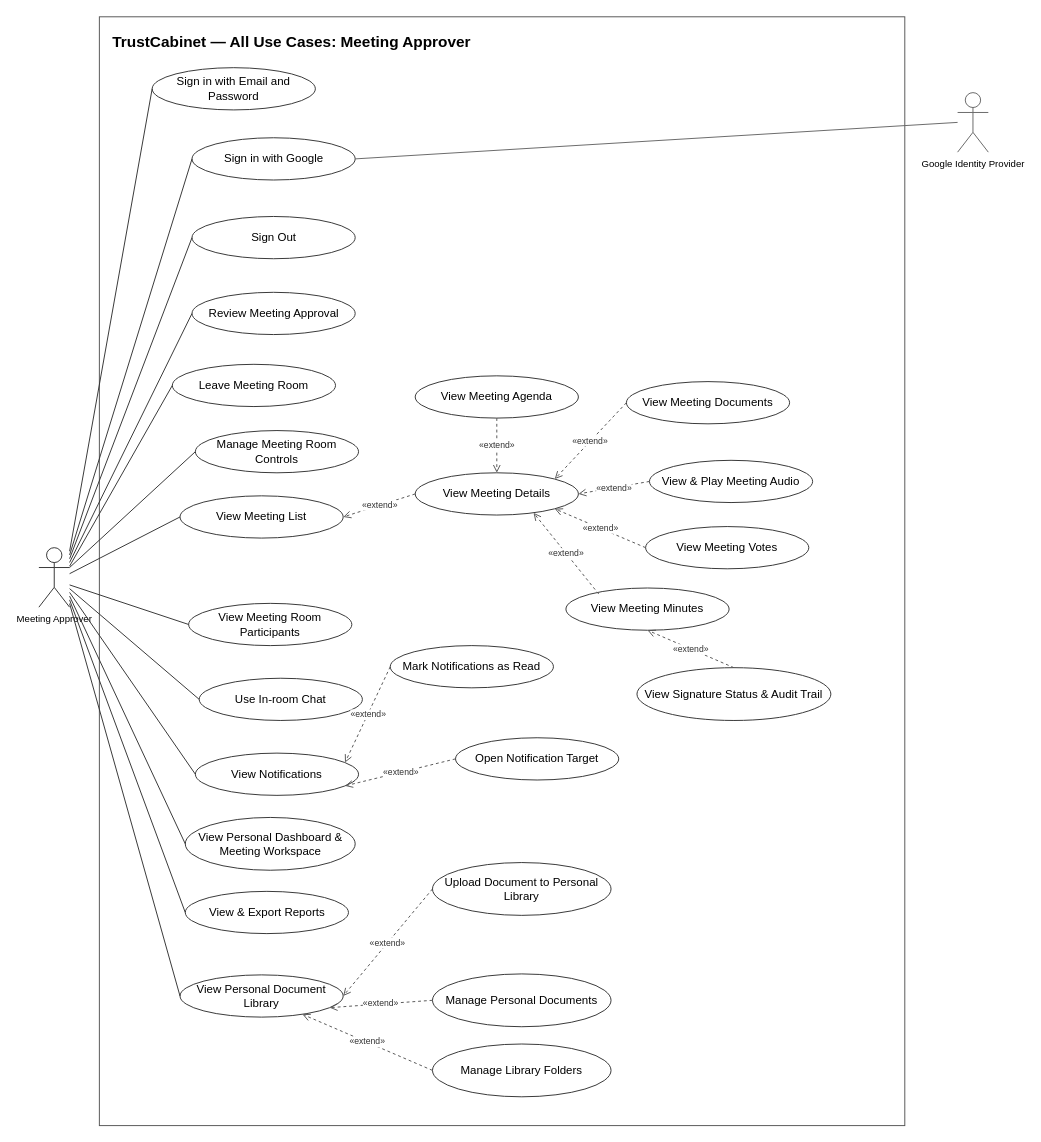
Earlier version of the draw.io diagram page "Meeting Approver" (3 of 7) of docs/14-uc-diagram/trustcabinet-use-cases.drawio (callmehai/FU-FA26-G116). Source tidied: cells renumbered, new cells numbered last; positions are measured from the earlier drawing's top-left corner, leaving out a move shared by most shapes. Both pictures are drawn from the tidied source at 96%, with x=0, y=0 at pixel (38, 16).
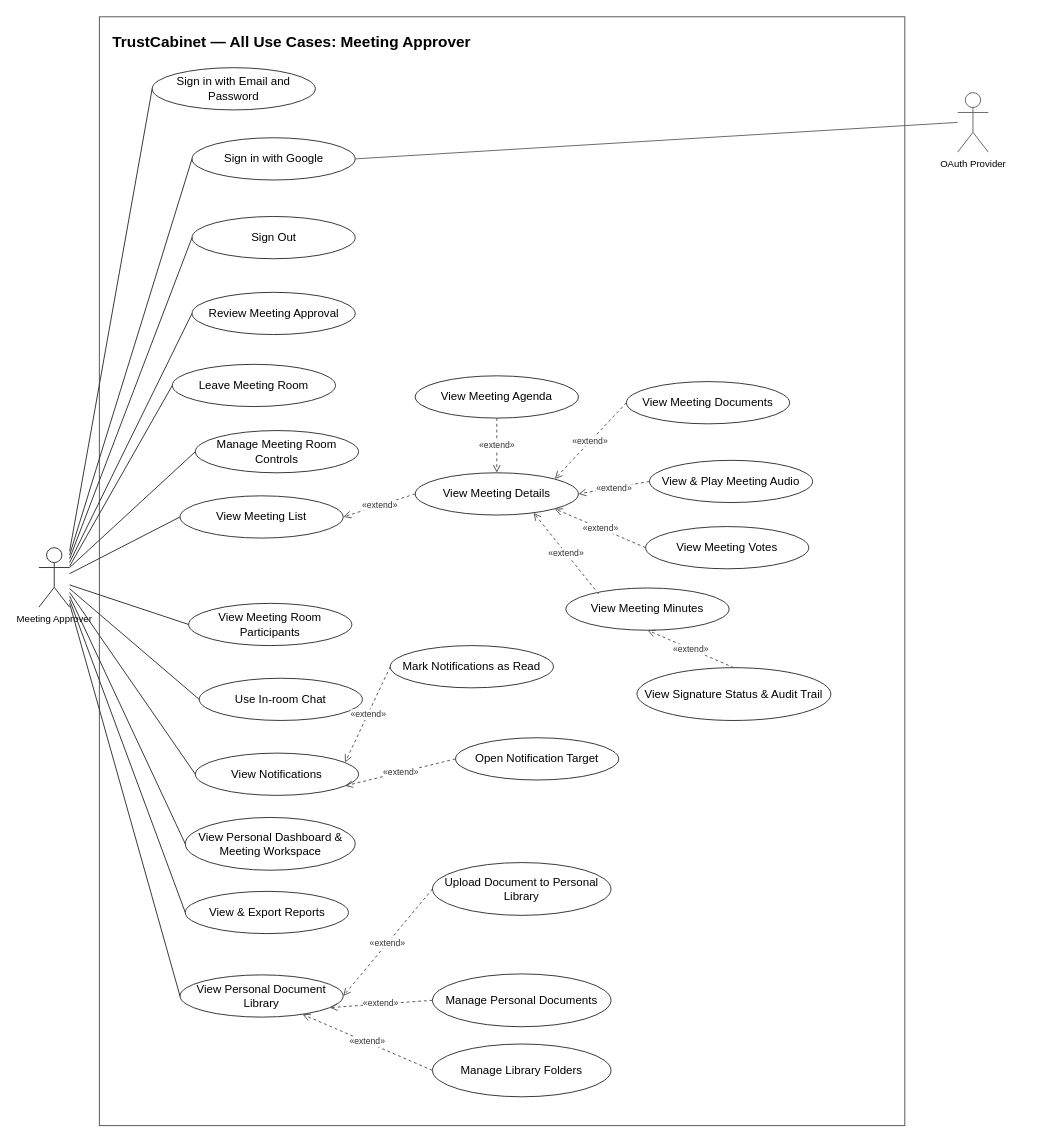
After the change.

Diff of the diagram source:
```diff
@@
-    <mxCell id="53" value="Google Identity Provider" style="shape=umlActor;verticalLabelPosition=bottom;verticalAlign=top;html=1;outlineConnect=0;fillColor=#ffffff;strokeColor=#666666;fontSize=10;" parent="1" vertex="1">
+    <mxCell id="53" value="OAuth Provider" style="shape=umlActor;verticalLabelPosition=bottom;verticalAlign=top;html=1;outlineConnect=0;fillColor=#ffffff;strokeColor=#666666;fontSize=10;" parent="1" vertex="1">
       <mxGeometry x="957" y="79" width="32" height="62" as="geometry" />
     </mxCell>
```
